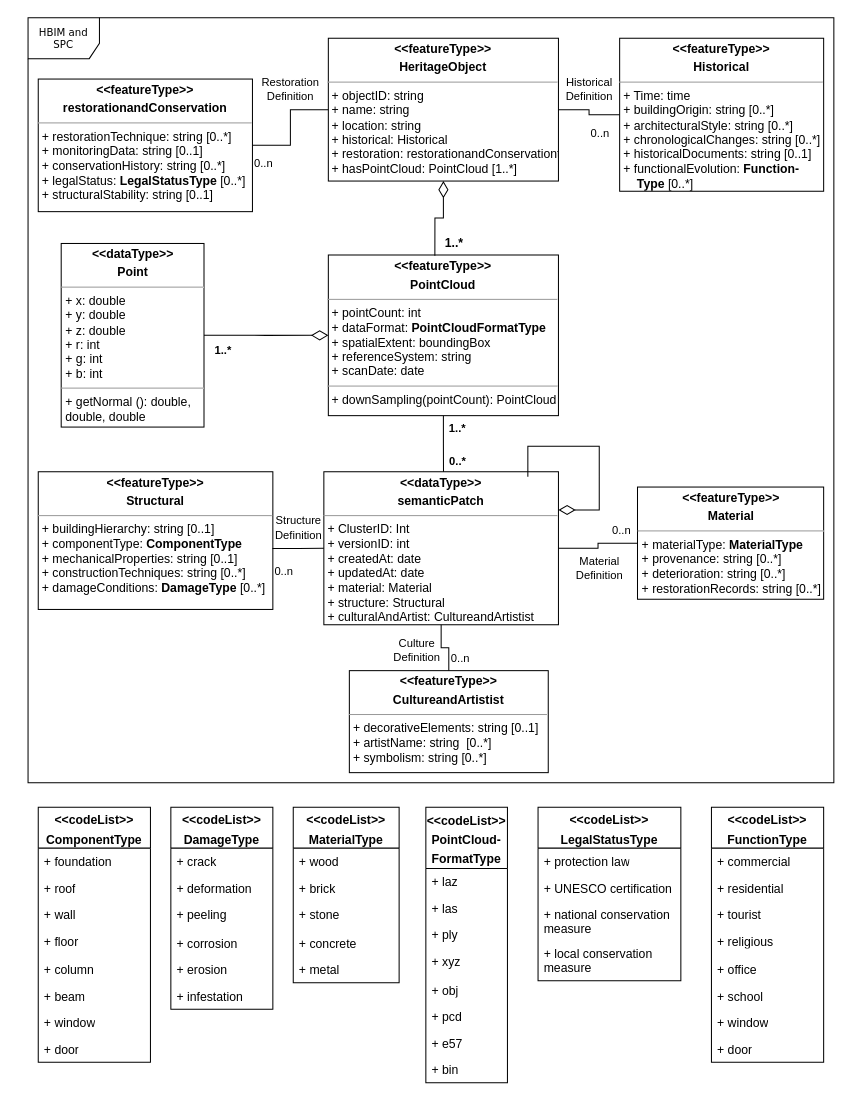
Earlier version of the draw.io diagram Untitled Diagram.drawio (Zhuoyuee/thesis). Source tidied: cells renumbered, new cells numbered last; positions are measured from the earlier drawing's top-left corner, leaving out a move shared by most shapes. Both pictures are drawn from the tidied source at 102%, with x=0, y=0 at pixel (28, 17).
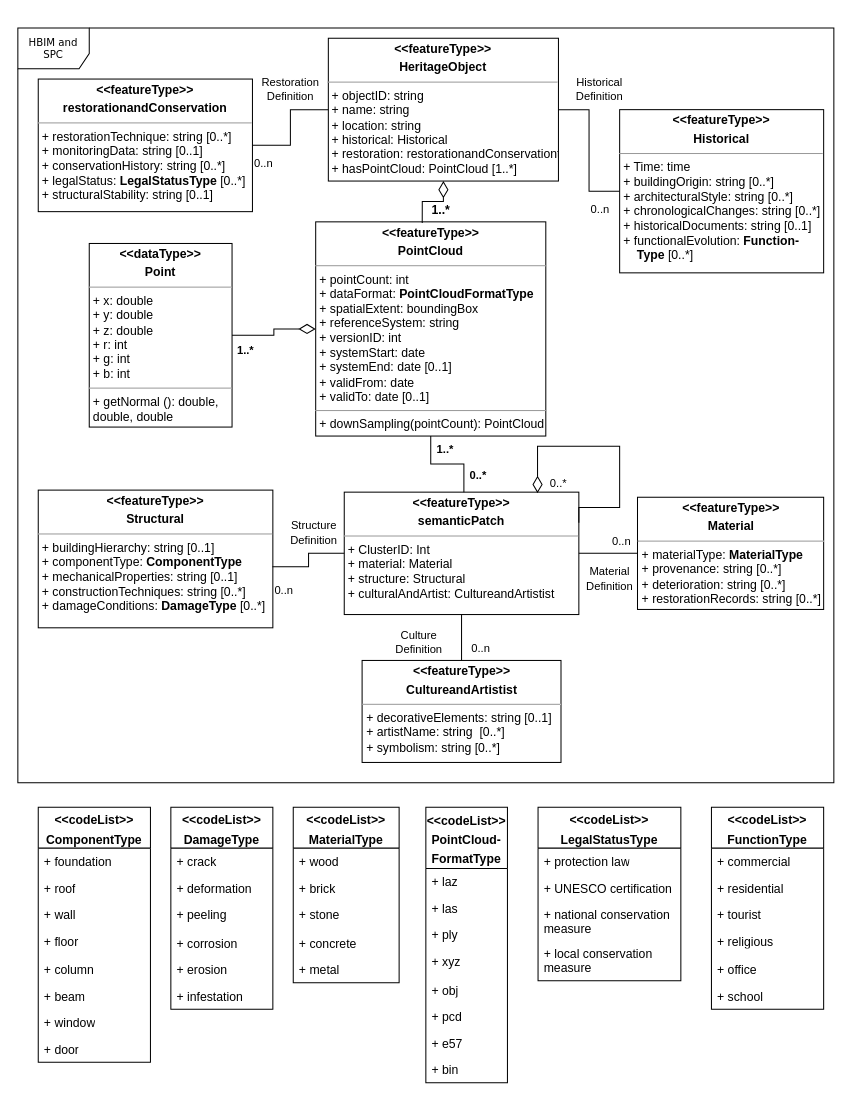
The same page after the edit.

The change refers to these unchanged cells:
```xml
<mxCell id="4" value="&lt;p style=&quot;margin:0px;margin-top:4px;text-align:center;&quot;&gt;&lt;b&gt;&amp;lt;&amp;lt;featureType&amp;gt;&amp;gt;&lt;/b&gt;&lt;b&gt;&lt;/b&gt;&lt;/p&gt;&lt;p style=&quot;margin:0px;margin-top:4px;text-align:center;&quot;&gt;&lt;b&gt;HeritageObject&lt;/b&gt;&lt;/p&gt;&lt;hr size=&quot;1&quot;&gt;&lt;p style=&quot;margin:0px;margin-left:4px;&quot;&gt;+ objectID: string&lt;br&gt;+ name: string&lt;/p&gt;&lt;p style=&quot;margin:0px;margin-left:4px;&quot;&gt;+ location: string&lt;/p&gt;&lt;p style=&quot;margin:0px;margin-left:4px;&quot;&gt;+ historical: Historical&lt;/p&gt;&lt;p style=&quot;margin: 0px 0px 0px 4px;&quot;&gt;+ restoration:&amp;nbsp;&lt;span style=&quot;background-color: transparent; color: light-dark(rgb(0, 0, 0), rgb(255, 255, 255)); text-align: center;&quot;&gt;restorationandConservationt&lt;/span&gt;&lt;/p&gt;&lt;p style=&quot;margin:0px;margin-left:4px;&quot;&gt;+ hasPointCloud: PointCloud [1..*]&lt;/p&gt;" style="verticalAlign=top;align=left;overflow=fill;fontSize=12;fontFamily=Helvetica;html=1;rounded=0;shadow=0;comic=0;labelBackgroundColor=none;strokeWidth=1;" parent="1" vertex="1">
  <mxGeometry x="294.4" y="20" width="225.6" height="140" as="geometry" />
</mxCell>
```

Change to the diagram source:
```diff
@@
     <mxCell id="2" value="HBIM and SPC" style="shape=umlFrame;whiteSpace=wrap;html=1;rounded=0;shadow=0;comic=0;labelBackgroundColor=none;strokeWidth=1;fontFamily=Verdana;fontSize=10;align=center;width=70;height=40;" parent="1" vertex="1">
-      <mxGeometry width="790" height="750" as="geometry" />
+      <mxGeometry x="-10" y="10" width="800" height="740" as="geometry" />
     </mxCell>
     <mxCell id="3" value="&lt;p style=&quot;margin:0px;margin-top:4px;text-align:center;&quot;&gt;&lt;b&gt;&amp;lt;&amp;lt;dataType&amp;gt;&amp;gt;&lt;/b&gt;&lt;b&gt;&lt;/b&gt;&lt;/p&gt;&lt;p style=&quot;margin:0px;margin-top:4px;text-align:center;&quot;&gt;&lt;b&gt;Point&lt;/b&gt;&lt;/p&gt;&lt;hr size=&quot;1&quot;&gt;&lt;p style=&quot;margin:0px;margin-left:4px;&quot;&gt;+ x:&amp;nbsp;&lt;span style=&quot;background-color: transparent; color: light-dark(rgb(0, 0, 0), rgb(255, 255, 255));&quot;&gt;double&lt;/span&gt;&lt;/p&gt;&lt;p style=&quot;margin:0px;margin-left:4px;&quot;&gt;+ y:&amp;nbsp;&lt;span style=&quot;background-color: transparent; color: light-dark(rgb(0, 0, 0), rgb(255, 255, 255));&quot;&gt;double&lt;/span&gt;&lt;/p&gt;&lt;p style=&quot;margin:0px;margin-left:4px;&quot;&gt;+ z: double&lt;br&gt;+ r: int&lt;/p&gt;&lt;p style=&quot;margin:0px;margin-left:4px;&quot;&gt;+ g: int&lt;/p&gt;&lt;p style=&quot;margin:0px;margin-left:4px;&quot;&gt;+ b: int&lt;/p&gt;&lt;hr size=&quot;1&quot;&gt;&lt;p style=&quot;margin:0px;margin-left:4px;&quot;&gt;+ getNormal (): double,&amp;nbsp;&lt;/p&gt;&lt;p style=&quot;margin:0px;margin-left:4px;&quot;&gt;double, double&lt;/p&gt;" style="verticalAlign=top;align=left;overflow=fill;fontSize=12;fontFamily=Helvetica;html=1;rounded=0;shadow=0;comic=0;labelBackgroundColor=none;strokeWidth=1;" parent="1" vertex="1">
-      <mxGeometry x="32.5" y="221.2" width="140" height="180" as="geometry" />
+      <mxGeometry x="60" y="221.2" width="140" height="180" as="geometry" />
     </mxCell>
@@
-    <mxCell id="5" value="&lt;p style=&quot;margin:0px;margin-top:4px;text-align:center;&quot;&gt;&lt;b&gt;&amp;lt;&amp;lt;featureType&amp;gt;&amp;gt;&lt;/b&gt;&lt;b&gt;&lt;/b&gt;&lt;/p&gt;&lt;p style=&quot;margin:0px;margin-top:4px;text-align:center;&quot;&gt;&lt;b&gt;PointCloud&lt;/b&gt;&lt;/p&gt;&lt;hr size=&quot;1&quot;&gt;&lt;p style=&quot;margin:0px;margin-left:4px;&quot;&gt;+ pointCount: int&lt;/p&gt;&lt;p style=&quot;margin:0px;margin-left:4px;&quot;&gt;+ dataFormat:&amp;nbsp;&lt;b style=&quot;text-align: center;&quot;&gt;PointCloudFormatType&lt;/b&gt;&lt;br&gt;+ spatialExtent: boundingBox&lt;br&gt;&lt;/p&gt;&lt;p style=&quot;margin:0px;margin-left:4px;&quot;&gt;+ referenceSystem: string&lt;/p&gt;&lt;p style=&quot;margin:0px;margin-left:4px;&quot;&gt;+ scanDate: date&lt;/p&gt;&lt;hr size=&quot;1&quot;&gt;&lt;p style=&quot;margin:0px;margin-left:4px;&quot;&gt;+ downSampling(pointCount): PointCloud&lt;/p&gt;" style="verticalAlign=top;align=left;overflow=fill;fontSize=12;fontFamily=Helvetica;html=1;rounded=0;shadow=0;comic=0;labelBackgroundColor=none;strokeWidth=1;" parent="1" vertex="1">
-      <mxGeometry x="294.4" y="232.5" width="225.6" height="157.5" as="geometry" />
+    <mxCell id="5" value="&lt;p style=&quot;margin:0px;margin-top:4px;text-align:center;&quot;&gt;&lt;b&gt;&amp;lt;&amp;lt;featureType&amp;gt;&amp;gt;&lt;/b&gt;&lt;b&gt;&lt;/b&gt;&lt;/p&gt;&lt;p style=&quot;margin:0px;margin-top:4px;text-align:center;&quot;&gt;&lt;b&gt;PointCloud&lt;/b&gt;&lt;/p&gt;&lt;hr size=&quot;1&quot;&gt;&lt;p style=&quot;margin:0px;margin-left:4px;&quot;&gt;+ pointCount: int&lt;/p&gt;&lt;p style=&quot;margin:0px;margin-left:4px;&quot;&gt;+ dataFormat:&amp;nbsp;&lt;b style=&quot;text-align: center;&quot;&gt;PointCloudFormatType&lt;/b&gt;&lt;br&gt;+ spatialExtent: boundingBox&lt;br&gt;&lt;/p&gt;&lt;p style=&quot;margin:0px;margin-left:4px;&quot;&gt;+ referenceSystem: string&lt;/p&gt;&lt;p style=&quot;margin:0px;margin-left:4px;&quot;&gt;+ versionID: int&lt;/p&gt;&lt;p style=&quot;margin:0px;margin-left:4px;&quot;&gt;+ systemStart: date&lt;/p&gt;&lt;p style=&quot;margin:0px;margin-left:4px;&quot;&gt;+ systemEnd: date [0..1]&amp;nbsp;&amp;nbsp;&lt;/p&gt;&lt;p style=&quot;margin:0px;margin-left:4px;&quot;&gt;+ validFrom: date&lt;/p&gt;&lt;p style=&quot;margin:0px;margin-left:4px;&quot;&gt;+ validTo: date [0..1]&lt;/p&gt;&lt;hr size=&quot;1&quot;&gt;&lt;p style=&quot;margin:0px;margin-left:4px;&quot;&gt;+ downSampling(pointCount): PointCloud&lt;/p&gt;" style="verticalAlign=top;align=left;overflow=fill;fontSize=12;fontFamily=Helvetica;html=1;rounded=0;shadow=0;comic=0;labelBackgroundColor=none;strokeWidth=1;" parent="1" vertex="1">
+      <mxGeometry x="282" y="200" width="225.6" height="210" as="geometry" />
     </mxCell>
     <mxCell id="6" value="&lt;p style=&quot;margin:0px;margin-top:4px;text-align:center;&quot;&gt;&lt;b&gt;&amp;lt;&amp;lt;featureType&amp;gt;&amp;gt;&lt;/b&gt;&lt;b&gt;&lt;/b&gt;&lt;/p&gt;&lt;p style=&quot;margin:0px;margin-top:4px;text-align:center;&quot;&gt;&lt;b&gt;Historical&lt;/b&gt;&lt;/p&gt;&lt;hr size=&quot;1&quot;&gt;&lt;p style=&quot;margin:0px;margin-left:4px;&quot;&gt;+ Time: time&lt;/p&gt;&lt;p style=&quot;margin:0px;margin-left:4px;&quot;&gt;+ buildingOrigin: string&amp;nbsp;&lt;span style=&quot;background-color: transparent; color: light-dark(rgb(0, 0, 0), rgb(255, 255, 255));&quot;&gt;[0..*]&lt;/span&gt;&lt;/p&gt;&lt;p style=&quot;margin:0px;margin-left:4px;&quot;&gt;+ architecturalStyle: string&amp;nbsp;[0..*]&lt;/p&gt;&lt;p style=&quot;margin:0px;margin-left:4px;&quot;&gt;+ chronologicalChanges: string&amp;nbsp;[0..*]&lt;/p&gt;&lt;p style=&quot;margin:0px;margin-left:4px;&quot;&gt;+ historicalDocuments: string&amp;nbsp;[0..1]&lt;/p&gt;&lt;p style=&quot;margin:0px;margin-left:4px;&quot;&gt;+ functionalEvolution: &lt;b&gt;Function-&lt;/b&gt;&lt;/p&gt;&lt;p style=&quot;margin:0px;margin-left:4px;&quot;&gt;&lt;b&gt;&amp;nbsp; &amp;nbsp; T&lt;span style=&quot;background-color: transparent; color: light-dark(rgb(0, 0, 0), rgb(255, 255, 255));&quot;&gt;ype&amp;nbsp;&lt;/span&gt;&lt;/b&gt;&lt;span style=&quot;background-color: transparent; color: light-dark(rgb(0, 0, 0), rgb(255, 255, 255));&quot;&gt;[0..*]&lt;/span&gt;&lt;/p&gt;" style="verticalAlign=top;align=left;overflow=fill;fontSize=12;fontFamily=Helvetica;html=1;rounded=0;shadow=0;comic=0;labelBackgroundColor=none;strokeWidth=1;" parent="1" vertex="1">
-      <mxGeometry x="580" y="20" width="200" height="150" as="geometry" />
+      <mxGeometry x="580" y="90" width="200" height="160" as="geometry" />
     </mxCell>
     <mxCell id="7" value="&lt;p style=&quot;margin:0px;margin-top:4px;text-align:center;&quot;&gt;&lt;b&gt;&amp;lt;&amp;lt;featureType&amp;gt;&amp;gt;&lt;/b&gt;&lt;b&gt;&lt;/b&gt;&lt;/p&gt;&lt;p style=&quot;margin:0px;margin-top:4px;text-align:center;&quot;&gt;&lt;b&gt;CultureandArtistist&lt;/b&gt;&lt;/p&gt;&lt;hr size=&quot;1&quot;&gt;&lt;p style=&quot;margin:0px;margin-left:4px;&quot;&gt;+ decorativeElements: string [0..1]&lt;/p&gt;&lt;p style=&quot;margin:0px;margin-left:4px;&quot;&gt;+ artistName: string&amp;nbsp; [0..*]&lt;br&gt;&lt;/p&gt;&lt;p style=&quot;margin:0px;margin-left:4px;&quot;&gt;+ symbolism: string&amp;nbsp;[0..*]&lt;/p&gt;&lt;p style=&quot;margin:0px;margin-left:4px;&quot;&gt;&lt;br&gt;&lt;/p&gt;&lt;hr size=&quot;1&quot;&gt;&lt;p style=&quot;margin:0px;margin-left:4px;&quot;&gt;&lt;br&gt;&lt;/p&gt;" style="verticalAlign=top;align=left;overflow=fill;fontSize=12;fontFamily=Helvetica;html=1;rounded=0;shadow=0;comic=0;labelBackgroundColor=none;strokeWidth=1;" parent="1" vertex="1">
-      <mxGeometry x="315" y="640" width="195" height="100" as="geometry" />
+      <mxGeometry x="327.5" y="630" width="195" height="100" as="geometry" />
     </mxCell>
-    <mxCell id="8" value="&lt;p style=&quot;margin:0px;margin-top:4px;text-align:center;&quot;&gt;&lt;b&gt;&amp;lt;&amp;lt;dataType&amp;gt;&amp;gt;&lt;/b&gt;&lt;b&gt;&lt;/b&gt;&lt;/p&gt;&lt;p style=&quot;margin:0px;margin-top:4px;text-align:center;&quot;&gt;&lt;b&gt;semanticPatch&lt;/b&gt;&lt;/p&gt;&lt;hr size=&quot;1&quot;&gt;&lt;p style=&quot;margin:0px;margin-left:4px;&quot;&gt;+ ClusterID: Int&lt;/p&gt;&lt;p style=&quot;margin:0px;margin-left:4px;&quot;&gt;+&amp;nbsp;versionID: int&lt;/p&gt;&lt;p style=&quot;margin:0px;margin-left:4px;&quot;&gt;+&amp;nbsp;createdAt: date&lt;/p&gt;&lt;p style=&quot;margin:0px;margin-left:4px;&quot;&gt;+&amp;nbsp;updatedAt: date&lt;br&gt;+ material: Material&lt;br&gt;&lt;/p&gt;&lt;p style=&quot;margin:0px;margin-left:4px;&quot;&gt;+ structure: Structural&lt;/p&gt;&lt;p style=&quot;margin:0px;margin-left:4px;&quot;&gt;&lt;span style=&quot;background-color: transparent;&quot;&gt;+ culturalAndArtist:&amp;nbsp;&lt;/span&gt;&lt;span style=&quot;background-color: transparent; color: light-dark(rgb(0, 0, 0), rgb(255, 255, 255)); text-align: center;&quot;&gt;CultureandArtistist&lt;/span&gt;&lt;/p&gt;" style="verticalAlign=top;align=left;overflow=fill;fontSize=12;fontFamily=Helvetica;html=1;rounded=0;shadow=0;comic=0;labelBackgroundColor=none;strokeWidth=1;" parent="1" vertex="1">
-      <mxGeometry x="290" y="445" width="230" height="150" as="geometry" />
+    <mxCell id="8" value="&lt;p style=&quot;margin:0px;margin-top:4px;text-align:center;&quot;&gt;&lt;b&gt;&amp;lt;&amp;lt;featureType&amp;gt;&amp;gt;&lt;/b&gt;&lt;b&gt;&lt;/b&gt;&lt;/p&gt;&lt;p style=&quot;margin:0px;margin-top:4px;text-align:center;&quot;&gt;&lt;b&gt;semanticPatch&lt;/b&gt;&lt;/p&gt;&lt;hr size=&quot;1&quot;&gt;&lt;p style=&quot;margin:0px;margin-left:4px;&quot;&gt;+ ClusterID: Int&lt;/p&gt;&lt;p style=&quot;margin:0px;margin-left:4px;&quot;&gt;+ material: Material&lt;br&gt;&lt;/p&gt;&lt;p style=&quot;margin:0px;margin-left:4px;&quot;&gt;+ structure: Structural&lt;/p&gt;&lt;p style=&quot;margin:0px;margin-left:4px;&quot;&gt;&lt;span style=&quot;background-color: transparent;&quot;&gt;+ culturalAndArtist:&amp;nbsp;&lt;/span&gt;&lt;span style=&quot;background-color: transparent; color: light-dark(rgb(0, 0, 0), rgb(255, 255, 255)); text-align: center;&quot;&gt;CultureandArtistist&lt;/span&gt;&lt;/p&gt;" style="verticalAlign=top;align=left;overflow=fill;fontSize=12;fontFamily=Helvetica;html=1;rounded=0;shadow=0;comic=0;labelBackgroundColor=none;strokeWidth=1;" parent="1" vertex="1">
+      <mxGeometry x="310" y="465" width="230" height="120" as="geometry" />
     </mxCell>
@@
     <mxCell id="25" value="&lt;p style=&quot;margin:0px;margin-top:4px;text-align:center;&quot;&gt;&lt;b&gt;&amp;lt;&amp;lt;featureType&amp;gt;&amp;gt;&lt;/b&gt;&lt;b&gt;&lt;/b&gt;&lt;/p&gt;&lt;p style=&quot;margin:0px;margin-top:4px;text-align:center;&quot;&gt;&lt;b&gt;Material&lt;/b&gt;&lt;/p&gt;&lt;hr size=&quot;1&quot;&gt;&lt;p style=&quot;margin:0px;margin-left:4px;&quot;&gt;+ materialType:&amp;nbsp;&lt;b style=&quot;background-color: transparent; color: light-dark(rgb(0, 0, 0), rgb(255, 255, 255)); text-align: center;&quot;&gt;MaterialType&lt;/b&gt;&lt;/p&gt;&lt;p style=&quot;margin:0px;margin-left:4px;&quot;&gt;+ provenance: string&amp;nbsp;&lt;span style=&quot;background-color: transparent; color: light-dark(rgb(0, 0, 0), rgb(255, 255, 255));&quot;&gt;[0..*]&lt;/span&gt;&lt;/p&gt;&lt;p style=&quot;margin:0px;margin-left:4px;&quot;&gt;+ deterioration: string&amp;nbsp;&lt;span style=&quot;background-color: transparent; color: light-dark(rgb(0, 0, 0), rgb(255, 255, 255));&quot;&gt;[0..*]&lt;/span&gt;&lt;/p&gt;&lt;p style=&quot;margin:0px;margin-left:4px;&quot;&gt;+ restorationRecords: string&amp;nbsp;&lt;span style=&quot;background-color: transparent; color: light-dark(rgb(0, 0, 0), rgb(255, 255, 255));&quot;&gt;[0..*]&lt;/span&gt;&lt;/p&gt;" style="verticalAlign=top;align=left;overflow=fill;fontSize=12;fontFamily=Helvetica;html=1;rounded=0;shadow=0;comic=0;labelBackgroundColor=none;strokeWidth=1;" parent="1" vertex="1">
-      <mxGeometry x="597.5" y="460" width="182.5" height="110" as="geometry" />
+      <mxGeometry x="597.5" y="470" width="182.5" height="110" as="geometry" />
     </mxCell>
     <mxCell id="26" value="&lt;p style=&quot;margin:0px;margin-top:4px;text-align:center;&quot;&gt;&lt;b&gt;&amp;lt;&amp;lt;featureType&amp;gt;&amp;gt;&lt;/b&gt;&lt;b&gt;&lt;/b&gt;&lt;/p&gt;&lt;p style=&quot;margin:0px;margin-top:4px;text-align:center;&quot;&gt;&lt;b&gt;Structural&lt;/b&gt;&lt;/p&gt;&lt;hr size=&quot;1&quot;&gt;&lt;p style=&quot;margin:0px;margin-left:4px;&quot;&gt;+ buildingHierarchy: string&amp;nbsp;[0..1]&lt;/p&gt;&lt;p style=&quot;margin:0px;margin-left:4px;&quot;&gt;+ componentType:&amp;nbsp;&lt;b style=&quot;background-color: transparent; color: light-dark(rgb(0, 0, 0), rgb(255, 255, 255)); text-align: center;&quot;&gt;ComponentType&lt;/b&gt;&lt;/p&gt;&lt;p style=&quot;margin:0px;margin-left:4px;&quot;&gt;+ mechanicalProperties: string&amp;nbsp;[0..1]&lt;/p&gt;&lt;p style=&quot;margin:0px;margin-left:4px;&quot;&gt;+ constructionTechniques: string&amp;nbsp;[0..*]&lt;/p&gt;&lt;p style=&quot;margin:0px;margin-left:4px;&quot;&gt;+ damageConditions: &lt;b&gt;DamageType&amp;nbsp;&lt;/b&gt;&lt;span style=&quot;background-color: transparent; color: light-dark(rgb(0, 0, 0), rgb(255, 255, 255));&quot;&gt;[0..*]&lt;/span&gt;&lt;/p&gt;" style="verticalAlign=top;align=left;overflow=fill;fontSize=12;fontFamily=Helvetica;html=1;rounded=0;shadow=0;comic=0;labelBackgroundColor=none;strokeWidth=1;" parent="1" vertex="1">
-      <mxGeometry x="10" y="445" width="230" height="135" as="geometry" />
+      <mxGeometry x="10" y="463" width="230" height="135" as="geometry" />
     </mxCell>
@@
-    <mxCell id="49" style="endArrow=none;html=1;endSize=12;startArrow=diamondThin;startSize=14;startFill=0;edgeStyle=orthogonalEdgeStyle;align=left;verticalAlign=bottom;rounded=0;exitX=1;exitY=0.25;exitDx=0;exitDy=0;" parent="1" edge="1" source="8">
-      <mxGeometry x="-1" y="3" relative="1" as="geometry">
-        <mxPoint x="490" y="450" as="targetPoint" />
-        <Array as="points">
-          <mxPoint x="560" y="483" />
-          <mxPoint x="560" y="420" />
-          <mxPoint x="490" y="420" />
-          <mxPoint x="490" y="451" />
-        </Array>
-      </mxGeometry>
-    </mxCell>
@@
     <mxCell id="53" value="&lt;p style=&quot;text-wrap-mode: nowrap; margin: 4px 0px 0px;&quot;&gt;&lt;b&gt;&amp;lt;&amp;lt;codeList&amp;gt;&amp;gt;&lt;/b&gt;&lt;/p&gt;&lt;p style=&quot;text-wrap-mode: nowrap; margin: 4px 0px 0px;&quot;&gt;&lt;b&gt;FunctionType&lt;/b&gt;&lt;/p&gt;" style="swimlane;fontStyle=0;horizontal=1;startSize=40;fillColor=none;whiteSpace=wrap;html=1;" parent="1" vertex="1">
-      <mxGeometry x="670" y="774" width="110" height="250" as="geometry" />
+      <mxGeometry x="670" y="774" width="110" height="198" as="geometry" />
     </mxCell>
@@
-    <mxCell id="60" value="+ window" style="text;strokeColor=none;fillColor=none;align=left;verticalAlign=top;spacingLeft=4;spacingRight=4;overflow=hidden;whiteSpace=wrap;html=1;" parent="53" vertex="1">
-      <mxGeometry y="198" width="110" height="26" as="geometry" />
-    </mxCell>
-    <mxCell id="61" value="+ door" style="text;strokeColor=none;fillColor=none;align=left;verticalAlign=top;spacingLeft=4;spacingRight=4;overflow=hidden;whiteSpace=wrap;html=1;" parent="53" vertex="1">
-      <mxGeometry y="224" width="110" height="26" as="geometry" />
-    </mxCell>
     <mxCell id="62" value="Structure&lt;div&gt;Definition&lt;/div&gt;" style="endArrow=none;html=1;endSize=12;startArrow=none;startSize=14;startFill=0;edgeStyle=orthogonalEdgeStyle;rounded=0;exitX=0.998;exitY=0.557;exitDx=0;exitDy=0;exitPerimeter=0;entryX=0;entryY=0.5;entryDx=0;entryDy=0;" parent="1" edge="1" source="26" target="8">
-      <mxGeometry x="0.02" y="20" relative="1" as="geometry" />
+      <mxGeometry x="0.29" y="20" relative="1" as="geometry" />
     </mxCell>
@@
     <mxCell id="64" value="Material&lt;div&gt;Definition&lt;/div&gt;" style="endArrow=none;html=1;endSize=12;startArrow=none;startSize=14;startFill=0;edgeStyle=orthogonalEdgeStyle;rounded=0;exitX=0;exitY=0.5;exitDx=0;exitDy=0;entryX=1;entryY=0.5;entryDx=0;entryDy=0;" parent="1" edge="1" source="25" target="8">
-      <mxGeometry x="0.06" y="20" relative="1" as="geometry">
-        <mxPoint x="1" as="offset" />
-      </mxGeometry>
+      <mxGeometry x="-0.04" y="25" relative="1" as="geometry" />
     </mxCell>
@@
     <mxCell id="66" value="Culture&lt;div&gt;Definition&lt;/div&gt;" style="endArrow=none;html=1;endSize=12;startArrow=none;startSize=14;startFill=0;edgeStyle=orthogonalEdgeStyle;rounded=0;exitX=0.5;exitY=1;exitDx=0;exitDy=0;entryX=0.5;entryY=0;entryDx=0;entryDy=0;" parent="1" edge="1" source="8" target="7">
-      <mxGeometry x="-0.14" y="-25" relative="1" as="geometry">
-        <mxPoint x="-25" y="-23" as="offset" />
-      </mxGeometry>
+      <mxGeometry x="0.2" y="-42" relative="1" as="geometry" />
     </mxCell>
@@
     <mxCell id="70" value="Historical&lt;div&gt;Definition&lt;/div&gt;" style="endArrow=none;html=1;endSize=12;startArrow=none;startSize=14;startFill=0;edgeStyle=orthogonalEdgeStyle;rounded=0;exitX=0;exitY=0.5;exitDx=0;exitDy=0;entryX=1;entryY=0.5;entryDx=0;entryDy=0;" parent="1" edge="1" source="6" target="4">
-      <mxGeometry x="0.08" y="-20" relative="1" as="geometry" />
+      <mxGeometry x="0.57" y="-22" relative="1" as="geometry">
+        <mxPoint x="10" y="2" as="offset" />
+      </mxGeometry>
     </mxCell>
@@
+    <mxCell id="72" value="0..*" style="endArrow=none;html=1;endSize=12;startArrow=diamondThin;startSize=14;startFill=0;edgeStyle=orthogonalEdgeStyle;align=left;verticalAlign=bottom;rounded=0;exitX=0.824;exitY=0.008;exitDx=0;exitDy=0;exitPerimeter=0;entryX=1;entryY=0.25;entryDx=0;entryDy=0;" parent="1" edge="1" source="8" target="8">
+      <mxGeometry x="-0.99" y="-10" relative="1" as="geometry">
+        <Array as="points">
+          <mxPoint x="500" y="420" />
+          <mxPoint x="580" y="420" />
+          <mxPoint x="580" y="480" />
+        </Array>
+      </mxGeometry>
+    </mxCell>
```
